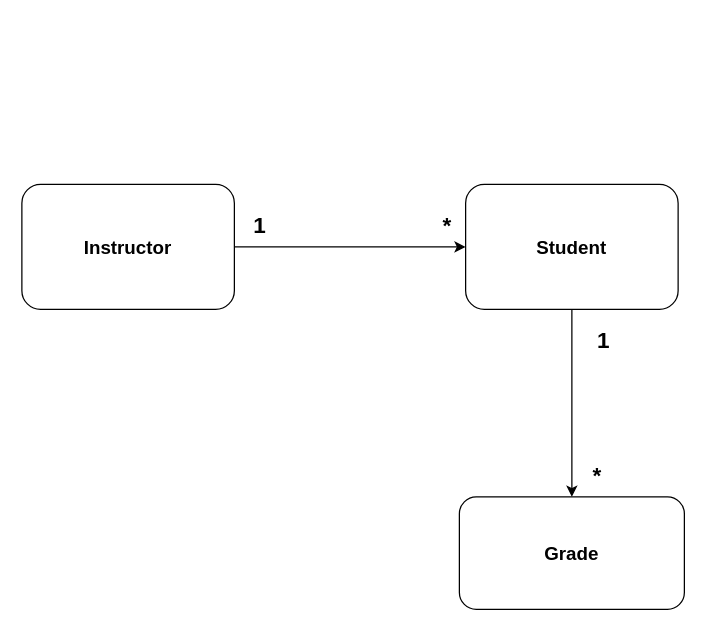
Before: RegistrySystem.drawio in CemHarput/RegistrySystem, a draw.io diagram. Source tidied: cells renumbered, new cells numbered last; positions are measured from the earlier drawing's top-left corner, leaving out a move shared by most shapes. Both pictures are drawn from the tidied source at 125%, with x=0, y=0 at pixel (21, 184).
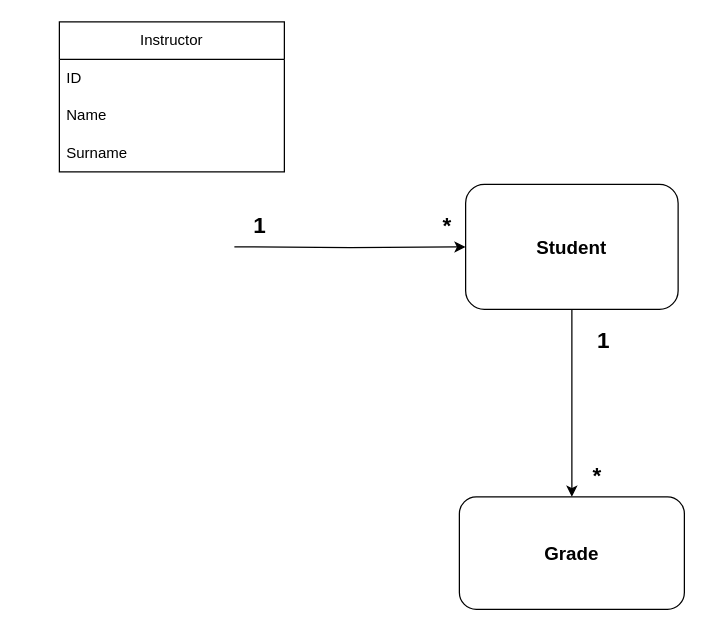
After the change.

The edit, as a diff of the source:
```diff
@@
 <mxGraphModel>
   <root>
     <mxCell id="0" />
     <mxCell id="1" parent="0" />
-    <mxCell id="2" style="edgeStyle=orthogonalEdgeStyle;rounded=0;jettySize=auto;html=1;entryX=0;entryY=0.5;entryDx=0;entryDy=0;" parent="1" edge="1" source="3" target="5">
-      <mxGeometry relative="1" as="geometry" />
+    <mxCell id="2" style="edgeStyle=orthogonalEdgeStyle;rounded=0;jettySize=auto;html=1;entryX=0;entryY=0.5;entryDx=0;entryDy=0;" parent="1" edge="1" target="5">
+      <mxGeometry relative="1" as="geometry">
+        <mxPoint x="170" y="50" as="sourcePoint" />
+      </mxGeometry>
     </mxCell>
-    <mxCell id="3" value="&lt;font style=&quot;font-size: 15px;&quot;&gt;&lt;b&gt;Instructor&lt;/b&gt;&lt;/font&gt;" style="rounded=1;whiteSpace=wrap;html=1;" parent="1" vertex="1">
-      <mxGeometry width="170" height="100" as="geometry" />
-    </mxCell>
     <mxCell id="4" style="edgeStyle=orthogonalEdgeStyle;rounded=0;jettySize=auto;html=1;entryX=0.5;entryY=0;entryDx=0;entryDy=0;" parent="1" edge="1" source="5" target="8">
       <mxGeometry relative="1" as="geometry" />
     </mxCell>
     <mxCell id="5" value="&lt;font style=&quot;font-size: 15px;&quot;&gt;&lt;b&gt;Student&lt;/b&gt;&lt;/font&gt;" style="rounded=1;whiteSpace=wrap;html=1;" parent="1" vertex="1">
       <mxGeometry x="355" width="170" height="100" as="geometry" />
     </mxCell>
     <mxCell id="6" value="&lt;font style=&quot;font-size: 18px;&quot;&gt;&lt;b&gt;1&lt;/b&gt;&lt;/font&gt;" style="text;html=1;align=center;verticalAlign=middle;strokeColor=none;fillColor=none;" parent="1" vertex="1">
       <mxGeometry x="175" y="13" width="30" height="40" as="geometry" />
     </mxCell>
     <mxCell id="7" value="&lt;font style=&quot;font-size: 18px;&quot;&gt;&lt;b&gt;*&lt;/b&gt;&lt;/font&gt;" style="text;html=1;align=center;verticalAlign=middle;strokeColor=none;fillColor=none;" parent="1" vertex="1">
       <mxGeometry x="325" y="13" width="30" height="40" as="geometry" />
     </mxCell>
     <mxCell id="8" value="&lt;font style=&quot;font-size: 15px;&quot;&gt;&lt;b&gt;Grade&lt;/b&gt;&lt;/font&gt;" style="rounded=1;whiteSpace=wrap;html=1;" parent="1" vertex="1">
       <mxGeometry x="350" y="250" width="180" height="90" as="geometry" />
     </mxCell>
     <mxCell id="9" value="&lt;font style=&quot;font-size: 18px;&quot;&gt;&lt;b&gt;1&lt;/b&gt;&lt;/font&gt;" style="text;html=1;align=center;verticalAlign=middle;strokeColor=none;fillColor=none;" parent="1" vertex="1">
       <mxGeometry x="450" y="105" width="30" height="40" as="geometry" />
     </mxCell>
     <mxCell id="10" value="&lt;font style=&quot;font-size: 18px;&quot;&gt;&lt;b&gt;*&lt;/b&gt;&lt;/font&gt;" style="text;html=1;align=center;verticalAlign=middle;strokeColor=none;fillColor=none;" parent="1" vertex="1">
       <mxGeometry x="445" y="213" width="30" height="40" as="geometry" />
     </mxCell>
+    <mxCell id="3" value="Instructor" style="swimlane;fontStyle=0;horizontal=1;startSize=30;whiteSpace=wrap;html=1;" parent="1" vertex="1">
+      <mxGeometry x="30" y="-130" width="180" height="120" as="geometry" />
+    </mxCell>
+    <mxCell id="11" value="ID" style="text;strokeColor=none;fillColor=none;align=left;verticalAlign=middle;spacingLeft=4;spacingRight=4;overflow=hidden;whiteSpace=wrap;html=1;" parent="3" vertex="1">
+      <mxGeometry y="30" width="180" height="30" as="geometry" />
+    </mxCell>
+    <mxCell id="12" value="Name" style="text;strokeColor=none;fillColor=none;align=left;verticalAlign=middle;spacingLeft=4;spacingRight=4;overflow=hidden;whiteSpace=wrap;html=1;" parent="3" vertex="1">
+      <mxGeometry y="60" width="180" height="30" as="geometry" />
+    </mxCell>
+    <mxCell id="13" value="Surname" style="text;strokeColor=none;fillColor=none;align=left;verticalAlign=middle;spacingLeft=4;spacingRight=4;overflow=hidden;whiteSpace=wrap;html=1;" parent="3" vertex="1">
+      <mxGeometry y="90" width="180" height="30" as="geometry" />
+    </mxCell>
   </root>
 </mxGraphModel>
```
